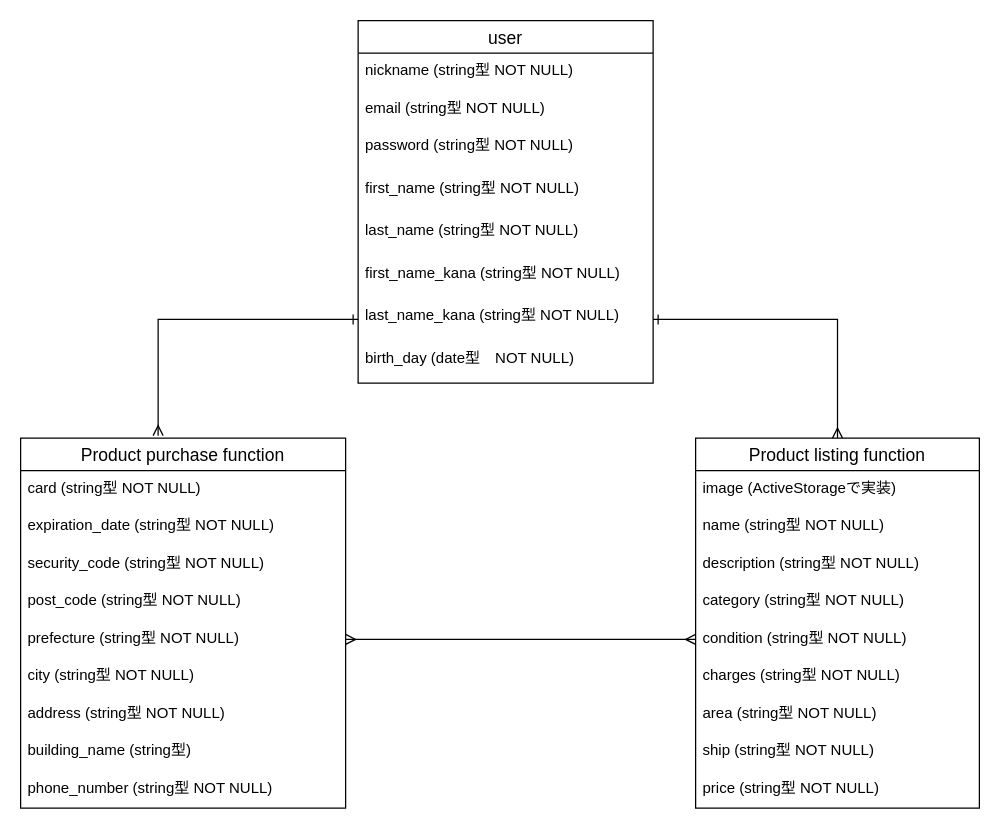
ocha185/furima-33547 keeps this draw.io diagram as furima.dio. Above is the earlier version. Source tidied: cells renumbered, new cells numbered last; positions are measured from the earlier drawing's top-left corner, leaving out a move shared by most shapes. Both pictures are drawn from the tidied source at 125%, with x=0, y=0 at pixel (20, 20).
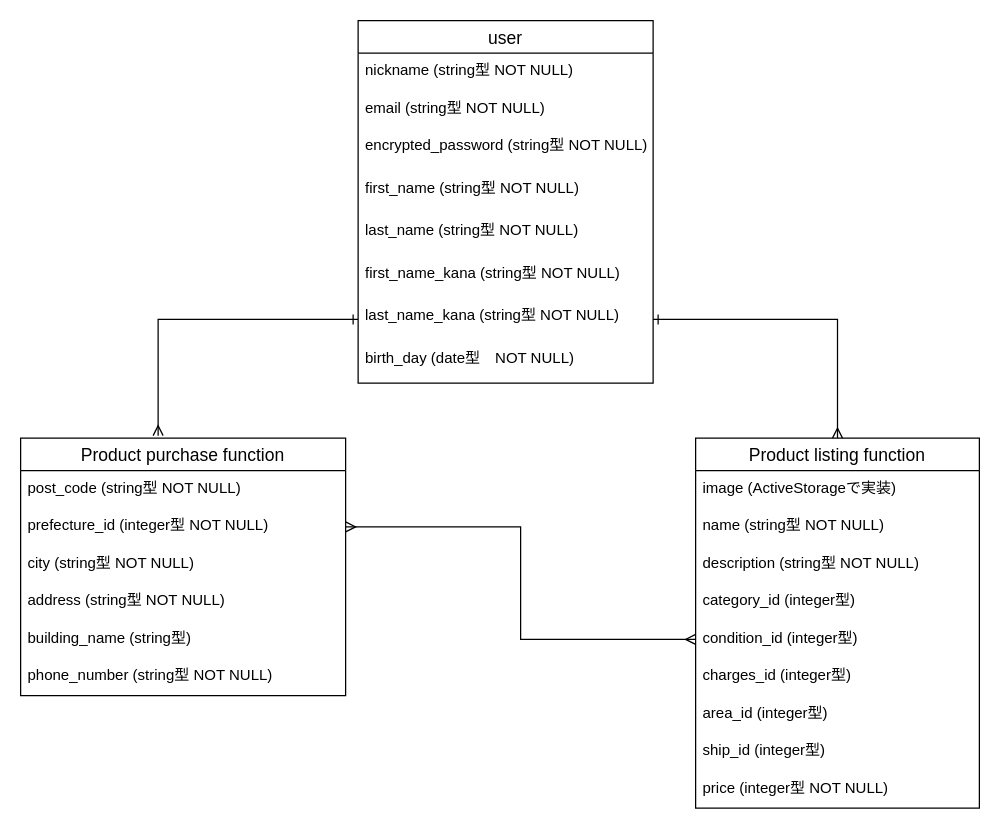
Above is the later version.

Commit message (it also covers changes not shown here):
データベースの設計の修正

Unchanged cells that the change refers to:
```xml
<mxCell id="2" value="user" style="swimlane;fontStyle=0;horizontal=1;startSize=26;align=center;fontSize=14;" parent="1" vertex="1">
  <mxGeometry x="270" width="236" height="290" as="geometry" />
</mxCell>
<mxCell id="11" value="Product listing function" style="swimlane;fontStyle=0;horizontal=1;startSize=26;align=center;fontSize=14;" parent="1" vertex="1">
  <mxGeometry x="540" y="334" width="227" height="296" as="geometry" />
</mxCell>
```

Change to the diagram source:
```diff
@@
-    <mxCell id="5" value="password (string型 NOT NULL)" style="text;strokeColor=none;fillColor=none;spacingLeft=4;spacingRight=4;overflow=hidden;fontSize=12;" parent="2" vertex="1">
+    <mxCell id="5" value="encrypted_password (string型 NOT NULL)" style="text;strokeColor=none;fillColor=none;spacingLeft=4;spacingRight=4;overflow=hidden;fontSize=12;" parent="2" vertex="1">
       <mxGeometry y="86" width="236" height="34" as="geometry" />
     </mxCell>
@@
-    <mxCell id="15" value="category (string型 NOT NULL)" style="text;strokeColor=none;fillColor=none;spacingLeft=4;spacingRight=4;overflow=hidden;fontSize=12;" parent="11" vertex="1">
+    <mxCell id="15" value="category_id (integer型) " style="text;strokeColor=none;fillColor=none;spacingLeft=4;spacingRight=4;overflow=hidden;fontSize=12;" parent="11" vertex="1">
       <mxGeometry y="116" width="227" height="30" as="geometry" />
     </mxCell>
-    <mxCell id="16" value="condition (string型 NOT NULL)" style="text;strokeColor=none;fillColor=none;spacingLeft=4;spacingRight=4;overflow=hidden;points=[[0,0.5],[1,0.5]];portConstraint=eastwest;fontSize=12;" parent="11" vertex="1">
+    <mxCell id="16" value="condition_id (integer型) " style="text;strokeColor=none;fillColor=none;spacingLeft=4;spacingRight=4;overflow=hidden;points=[[0,0.5],[1,0.5]];portConstraint=eastwest;fontSize=12;" parent="11" vertex="1">
       <mxGeometry y="146" width="227" height="30" as="geometry" />
     </mxCell>
-    <mxCell id="17" value="charges (string型 NOT NULL)" style="text;strokeColor=none;fillColor=none;spacingLeft=4;spacingRight=4;overflow=hidden;fontSize=12;" parent="11" vertex="1">
+    <mxCell id="17" value="charges_id (integer型)" style="text;strokeColor=none;fillColor=none;spacingLeft=4;spacingRight=4;overflow=hidden;fontSize=12;" parent="11" vertex="1">
       <mxGeometry y="176" width="227" height="30" as="geometry" />
     </mxCell>
-    <mxCell id="18" value="area (string型 NOT NULL)" style="text;strokeColor=none;fillColor=none;spacingLeft=4;spacingRight=4;overflow=hidden;fontSize=12;" parent="11" vertex="1">
+    <mxCell id="18" value="area_id (integer型)  " style="text;strokeColor=none;fillColor=none;spacingLeft=4;spacingRight=4;overflow=hidden;fontSize=12;" parent="11" vertex="1">
       <mxGeometry y="206" width="227" height="30" as="geometry" />
     </mxCell>
-    <mxCell id="19" value="ship (string型 NOT NULL)" style="text;strokeColor=none;fillColor=none;spacingLeft=4;spacingRight=4;overflow=hidden;fontSize=12;" parent="11" vertex="1">
+    <mxCell id="19" value="ship_id (integer型)  " style="text;strokeColor=none;fillColor=none;spacingLeft=4;spacingRight=4;overflow=hidden;fontSize=12;" parent="11" vertex="1">
       <mxGeometry y="236" width="227" height="30" as="geometry" />
     </mxCell>
-    <mxCell id="20" value="price (string型 NOT NULL)" style="text;strokeColor=none;fillColor=none;spacingLeft=4;spacingRight=4;overflow=hidden;fontSize=12;" parent="11" vertex="1">
+    <mxCell id="20" value="price (integer型 NOT NULL) " style="text;strokeColor=none;fillColor=none;spacingLeft=4;spacingRight=4;overflow=hidden;fontSize=12;" parent="11" vertex="1">
       <mxGeometry y="266" width="227" height="30" as="geometry" />
     </mxCell>
     <mxCell id="21" value="Product purchase function" style="swimlane;fontStyle=0;horizontal=1;startSize=26;align=center;fontSize=14;" parent="1" vertex="1">
-      <mxGeometry y="334" width="260" height="296" as="geometry" />
+      <mxGeometry y="334" width="260" height="206" as="geometry" />
     </mxCell>
-    <mxCell id="22" value="card (string型 NOT NULL)" style="text;strokeColor=none;fillColor=none;spacingLeft=4;spacingRight=4;overflow=hidden;fontSize=12;" parent="21" vertex="1">
-      <mxGeometry y="26" width="260" height="30" as="geometry" />
-    </mxCell>
-    <mxCell id="23" value="expiration_date (string型 NOT NULL)" style="text;strokeColor=none;fillColor=none;spacingLeft=4;spacingRight=4;overflow=hidden;fontSize=12;" parent="21" vertex="1">
-      <mxGeometry y="56" width="260" height="30" as="geometry" />
-    </mxCell>
-    <mxCell id="24" value="security_code (string型 NOT NULL)" style="text;strokeColor=none;fillColor=none;spacingLeft=4;spacingRight=4;overflow=hidden;fontSize=12;" parent="21" vertex="1">
-      <mxGeometry y="86" width="260" height="30" as="geometry" />
-    </mxCell>
     <mxCell id="25" value="post_code (string型 NOT NULL)" style="text;strokeColor=none;fillColor=none;spacingLeft=4;spacingRight=4;overflow=hidden;fontSize=12;" parent="21" vertex="1">
-      <mxGeometry y="116" width="260" height="30" as="geometry" />
+      <mxGeometry y="26" width="260" height="30" as="geometry" />
     </mxCell>
-    <mxCell id="26" value="prefecture (string型 NOT NULL)" style="text;strokeColor=none;fillColor=none;spacingLeft=4;spacingRight=4;overflow=hidden;points=[[0,0.5],[1,0.5]];portConstraint=eastwest;fontSize=12;" parent="21" vertex="1">
-      <mxGeometry y="146" width="260" height="30" as="geometry" />
+    <mxCell id="26" value="prefecture_id (integer型 NOT NULL) " style="text;strokeColor=none;fillColor=none;spacingLeft=4;spacingRight=4;overflow=hidden;points=[[0,0.5],[1,0.5]];portConstraint=eastwest;fontSize=12;" parent="21" vertex="1">
+      <mxGeometry y="56" width="260" height="30" as="geometry" />
     </mxCell>
     <mxCell id="27" value="city (string型 NOT NULL)" style="text;strokeColor=none;fillColor=none;spacingLeft=4;spacingRight=4;overflow=hidden;fontSize=12;" parent="21" vertex="1">
-      <mxGeometry y="176" width="260" height="30" as="geometry" />
+      <mxGeometry y="86" width="260" height="30" as="geometry" />
     </mxCell>
     <mxCell id="28" value="address (string型 NOT NULL)" style="text;strokeColor=none;fillColor=none;spacingLeft=4;spacingRight=4;overflow=hidden;fontSize=12;" parent="21" vertex="1">
-      <mxGeometry y="206" width="260" height="30" as="geometry" />
+      <mxGeometry y="116" width="260" height="30" as="geometry" />
     </mxCell>
     <mxCell id="29" value="building_name (string型)" style="text;strokeColor=none;fillColor=none;spacingLeft=4;spacingRight=4;overflow=hidden;fontSize=12;" parent="21" vertex="1">
-      <mxGeometry y="236" width="260" height="30" as="geometry" />
+      <mxGeometry y="146" width="260" height="30" as="geometry" />
     </mxCell>
     <mxCell id="30" value="phone_number (string型 NOT NULL)" style="text;strokeColor=none;fillColor=none;spacingLeft=4;spacingRight=4;overflow=hidden;fontSize=12;" parent="21" vertex="1">
-      <mxGeometry y="266" width="260" height="30" as="geometry" />
+      <mxGeometry y="176" width="260" height="30" as="geometry" />
     </mxCell>
```
